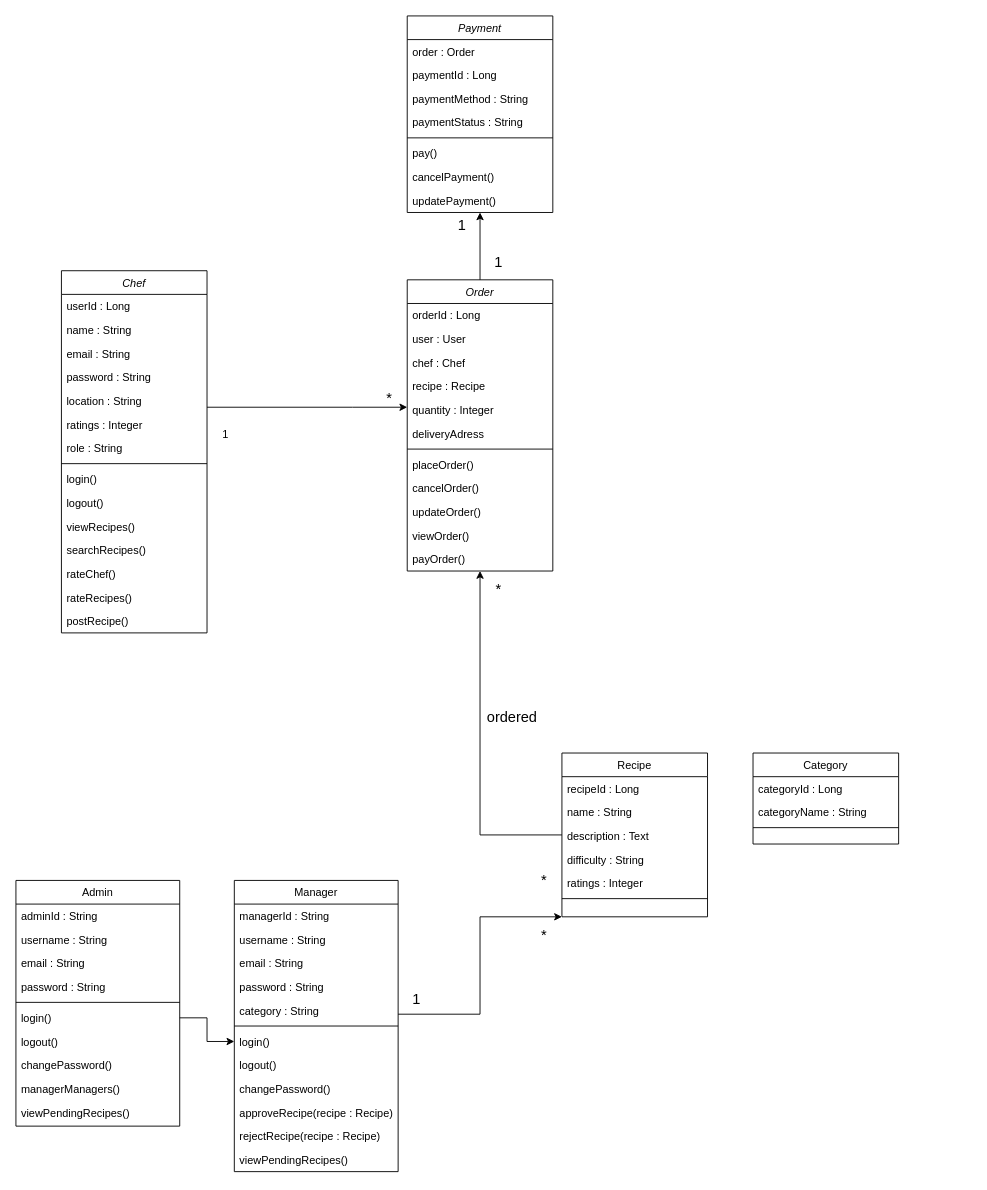
Before: page "Class" (1 of 2) of Extras/HungryMunchiesClassDiagram.drawio in Sillfer/Hungry_Munchies, a draw.io diagram. Source tidied: cells renumbered, new cells numbered last; positions are measured from the earlier drawing's top-left corner, leaving out a move shared by most shapes. Both pictures are drawn from the tidied source at 91%, with x=0, y=0 at pixel (15, 15).
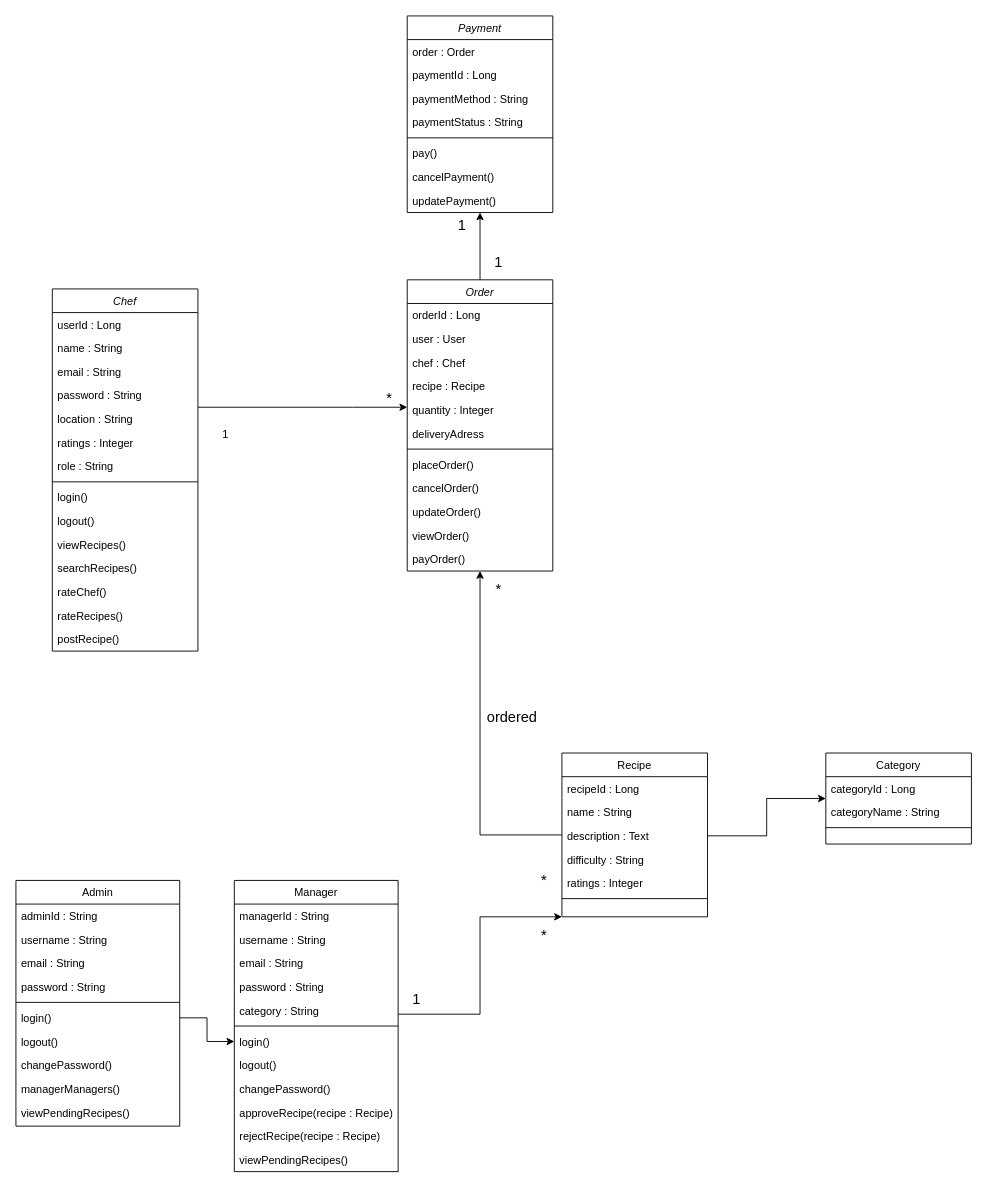
After the change.

The change refers to these unchanged cells:
```xml
<mxCell id="36" value="description : Text" style="text;align=left;verticalAlign=top;spacingLeft=4;spacingRight=4;overflow=hidden;points=[[0,0.5],[1,0.5]];portConstraint=eastwest;" parent="33" vertex="1">
  <mxGeometry y="78" width="160" height="26" as="geometry" />
</mxCell>
```

What changed in the source:
```diff
@@
     <mxCell id="3" value="Chef" style="swimlane;fontStyle=2;align=center;verticalAlign=top;horizontal=1;startSize=26;rounded=0;shadow=0;strokeWidth=1;" parent="1" vertex="1">
-      <mxGeometry x="50" y="280" width="160" height="398" as="geometry" />
+      <mxGeometry x="40" y="300" width="160" height="398" as="geometry" />
     </mxCell>
@@
     <mxCell id="85" value="Category" style="swimlane;fontStyle=0;align=center;verticalAlign=top;horizontal=1;startSize=26;rounded=0;shadow=0;strokeWidth=1;" parent="1" vertex="1">
-      <mxGeometry x="810" y="810" width="160" height="100" as="geometry" />
+      <mxGeometry x="890" y="810" width="160" height="100" as="geometry" />
     </mxCell>
@@
+    <mxCell id="89" style="edgeStyle=orthogonalEdgeStyle;rounded=0;jettySize=auto;html=1;entryX=0;entryY=0.5;entryDx=0;entryDy=0;" parent="1" edge="1" source="36" target="85">
+      <mxGeometry relative="1" as="geometry" />
+    </mxCell>
```
